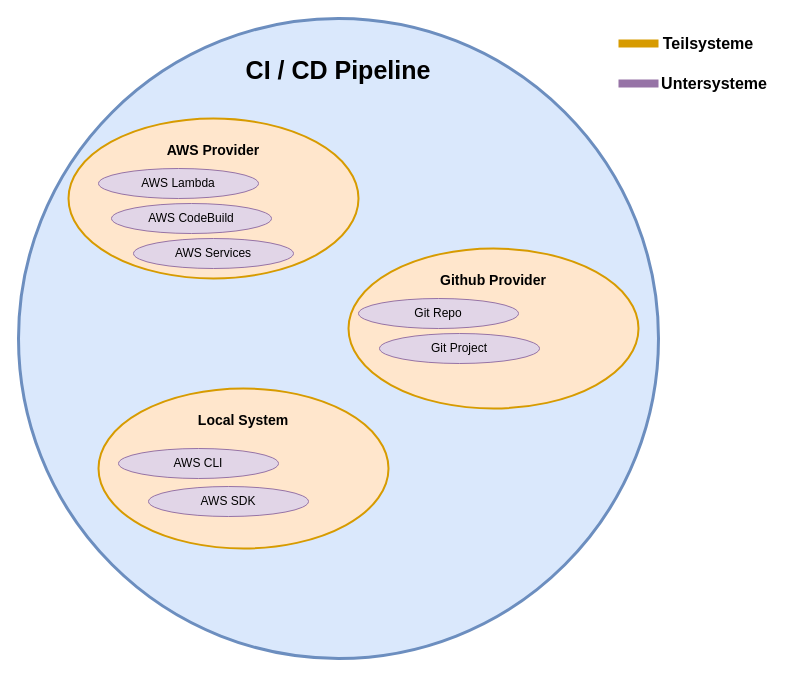
The draw.io diagram picture/Unter-Teilsystem.drawio in blro-ep/ITCNE23-SEM-II, before the edit. Source tidied: cells renumbered, new cells numbered last; positions are measured from the earlier drawing's top-left corner, leaving out a move shared by most shapes. Both pictures are drawn from the tidied source at 100%, with x=0, y=0 at pixel (18, 18).
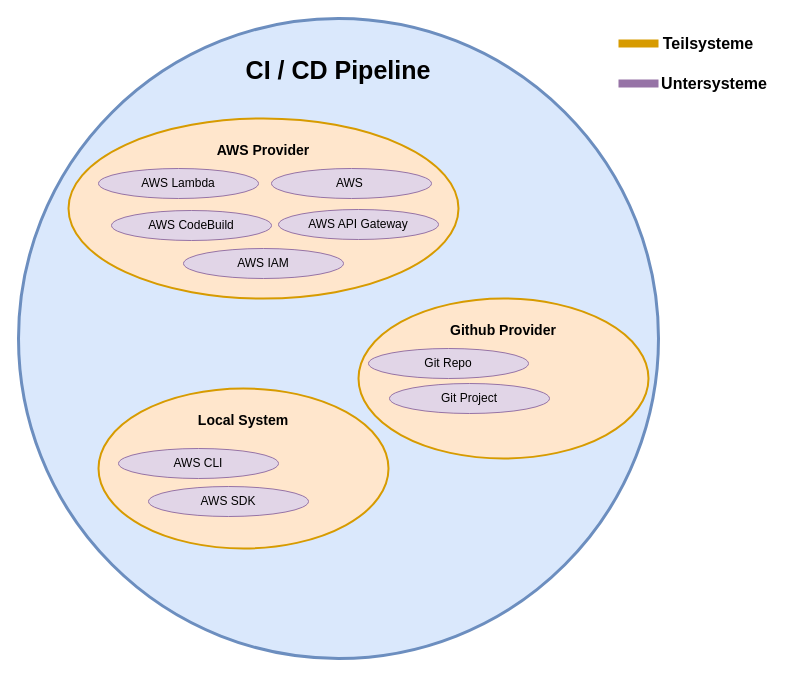
After the change.

Change to the diagram source:
```diff
@@
     <mxCell id="3" value="&lt;font style=&quot;font-size: 14px;&quot;&gt;&lt;b&gt;&lt;br&gt;AWS Provider&lt;/b&gt;&lt;/font&gt;" style="ellipse;whiteSpace=wrap;html=1;verticalAlign=top;fillColor=#ffe6cc;strokeColor=#d79b00;strokeWidth=2;" parent="1" vertex="1">
-      <mxGeometry x="50" y="100" width="290" height="160" as="geometry" />
+      <mxGeometry x="50" y="100" width="390" height="180" as="geometry" />
     </mxCell>
@@
     <mxCell id="5" value="&lt;font style=&quot;font-size: 14px;&quot;&gt;&lt;b&gt;&lt;br&gt;Github Provider&lt;/b&gt;&lt;/font&gt;" style="ellipse;whiteSpace=wrap;html=1;verticalAlign=top;fillColor=#ffe6cc;strokeColor=#d79b00;strokeWidth=2;" parent="1" vertex="1">
-      <mxGeometry x="330" y="230" width="290" height="160" as="geometry" />
+      <mxGeometry x="340" y="280" width="290" height="160" as="geometry" />
     </mxCell>
@@
     <mxCell id="7" value="Git Repo" style="ellipse;whiteSpace=wrap;html=1;fillColor=#e1d5e7;strokeColor=#9673a6;" parent="1" vertex="1">
-      <mxGeometry x="340" y="280" width="160" height="30" as="geometry" />
+      <mxGeometry x="350" y="330" width="160" height="30" as="geometry" />
     </mxCell>
     <mxCell id="8" value="AWS CodeBuild" style="ellipse;whiteSpace=wrap;html=1;fillColor=#e1d5e7;strokeColor=#9673a6;" parent="1" vertex="1">
-      <mxGeometry x="93" y="185" width="160" height="30" as="geometry" />
+      <mxGeometry x="93" y="192" width="160" height="30" as="geometry" />
     </mxCell>
@@
     <mxCell id="11" value="Git Project" style="ellipse;whiteSpace=wrap;html=1;fillColor=#e1d5e7;strokeColor=#9673a6;" parent="1" vertex="1">
-      <mxGeometry x="361" y="315" width="160" height="30" as="geometry" />
+      <mxGeometry x="371" y="365" width="160" height="30" as="geometry" />
     </mxCell>
@@
-    <mxCell id="16" value="AWS Services" style="ellipse;whiteSpace=wrap;html=1;fillColor=#e1d5e7;strokeColor=#9673a6;" parent="1" vertex="1">
-      <mxGeometry x="115" y="220" width="160" height="30" as="geometry" />
+    <mxCell id="16" value="AWS IAM" style="ellipse;whiteSpace=wrap;html=1;fillColor=#e1d5e7;strokeColor=#9673a6;" parent="1" vertex="1">
+      <mxGeometry x="165" y="230" width="160" height="30" as="geometry" />
     </mxCell>
+    <mxCell id="17" value="AWS&amp;nbsp;" style="ellipse;whiteSpace=wrap;html=1;fillColor=#e1d5e7;strokeColor=#9673a6;" parent="1" vertex="1">
+      <mxGeometry x="253" y="150" width="160" height="30" as="geometry" />
+    </mxCell>
+    <mxCell id="18" value="AWS API Gateway" style="ellipse;whiteSpace=wrap;html=1;fillColor=#e1d5e7;strokeColor=#9673a6;" parent="1" vertex="1">
+      <mxGeometry x="260" y="191" width="160" height="30" as="geometry" />
+    </mxCell>
```
